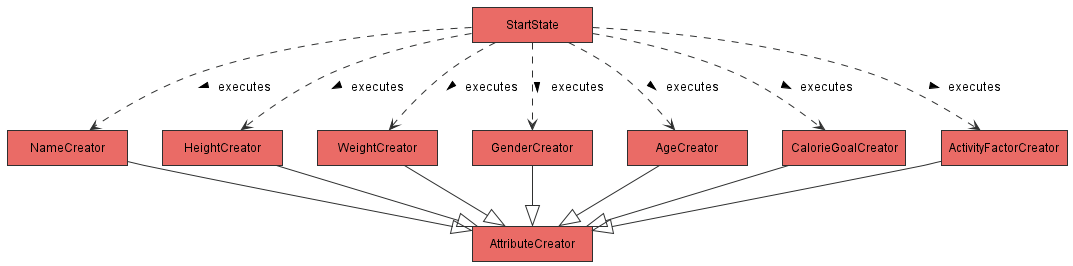
This is docs/images/StartState.png from tryyang2001/tp, a PlantUML export, as it was before one commit. Its diagram source:
```plantuml
@startuml

!include Style.puml
hide circle
hide empty members
skinparam minclassWidth 120
skinparam Padding 5

class AttributeCreator MAIN_COLOUR
class NameCreator MAIN_COLOUR
class HeightCreator MAIN_COLOUR
class WeightCreator MAIN_COLOUR
class GenderCreator MAIN_COLOUR
class AgeCreator MAIN_COLOUR
class CalorieGoalCreator MAIN_COLOUR
class ActivityFactorCreator MAIN_COLOUR
class StartState MAIN_COLOUR


StartState ..> NameCreator : > executes
StartState ..> HeightCreator : > executes
StartState ..> WeightCreator : > executes
StartState ..> GenderCreator : > executes
StartState ..> AgeCreator : > executes
StartState ..> CalorieGoalCreator : > executes
StartState ..> ActivityFactorCreator : > executes
NameCreator --|> AttributeCreator
HeightCreator --|> AttributeCreator
WeightCreator --|> AttributeCreator
GenderCreator --|> AttributeCreator
AgeCreator --|> AttributeCreator
CalorieGoalCreator --|> AttributeCreator
ActivityFactorCreator --|> AttributeCreator



@enduml
```
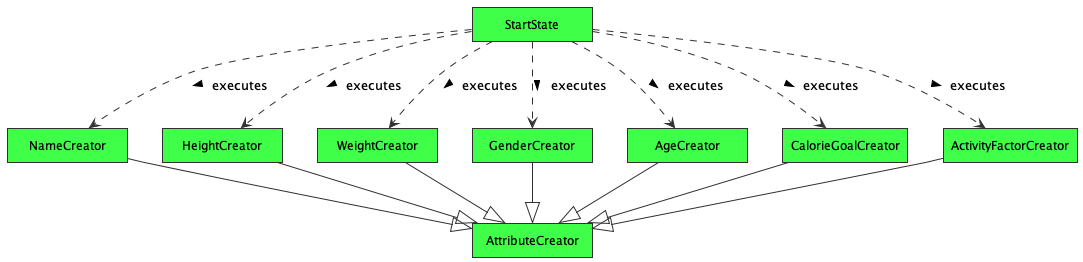
Above is the later version.

Commit message:
Change diagrams colour

Change to the diagram source:
```diff
@@ -6,15 +6,15 @@
 skinparam minclassWidth 120
 skinparam Padding 5
 
-class AttributeCreator MAIN_COLOUR
-class NameCreator MAIN_COLOUR
-class HeightCreator MAIN_COLOUR
-class WeightCreator MAIN_COLOUR
-class GenderCreator MAIN_COLOUR
-class AgeCreator MAIN_COLOUR
-class CalorieGoalCreator MAIN_COLOUR
-class ActivityFactorCreator MAIN_COLOUR
-class StartState MAIN_COLOUR
+class AttributeCreator STATE_COLOUR
+class NameCreator STATE_COLOUR
+class HeightCreator STATE_COLOUR
+class WeightCreator STATE_COLOUR
+class GenderCreator STATE_COLOUR
+class AgeCreator STATE_COLOUR
+class CalorieGoalCreator STATE_COLOUR
+class ActivityFactorCreator STATE_COLOUR
+class StartState STATE_COLOUR
 
 
 StartState ..> NameCreator : > executes
```
